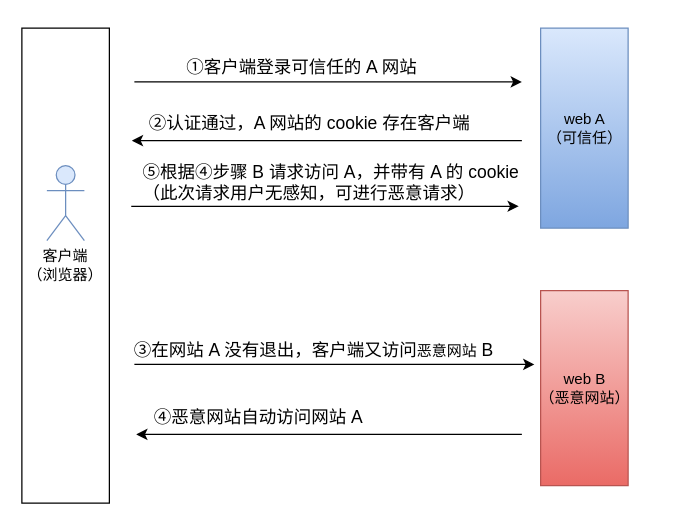
The draw.io diagram web 安全.drawio in gauseen/images-bed, before the edit. Source tidied: cells renumbered, new cells numbered last; positions are measured from the earlier drawing's top-left corner, leaving out a move shared by most shapes. Both pictures are drawn from the tidied source at 125%, with x=0, y=0 at pixel (21, 28).
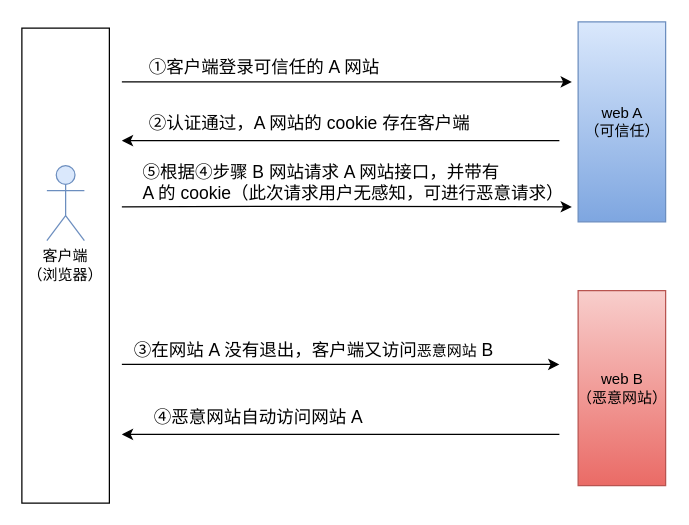
The same page after the edit.

Change to the diagram source:
```diff
@@
     <mxCell id="4" value="web A&lt;br&gt;（可信任）" style="html=1;fillColor=#dae8fc;strokeColor=#6c8ebf;gradientColor=#7ea6e0;" parent="1" vertex="1">
-      <mxGeometry x="415" width="70" height="160" as="geometry" />
+      <mxGeometry x="445" y="-5" width="70" height="160" as="geometry" />
     </mxCell>
     <mxCell id="5" style="endArrow=classic;html=1;" parent="1" edge="1">
       <mxGeometry relative="1" as="geometry">
-        <mxPoint x="90" y="43" as="sourcePoint" />
-        <mxPoint x="400" y="43" as="targetPoint" />
+        <mxPoint x="80" y="43" as="sourcePoint" />
+        <mxPoint x="440" y="43" as="targetPoint" />
         <Array as="points">
           <mxPoint x="220" y="43" />
         </Array>
       </mxGeometry>
     </mxCell>
     <mxCell id="6" value="web B&lt;br&gt;（恶意网站）" style="html=1;fillColor=#f8cecc;strokeColor=#b85450;gradientColor=#ea6b66;" parent="1" vertex="1">
-      <mxGeometry x="415" y="210" width="70" height="156" as="geometry" />
+      <mxGeometry x="445" y="210" width="70" height="156" as="geometry" />
     </mxCell>
     <mxCell id="7" value="&lt;font style=&quot;font-size: 14px&quot;&gt;①客户端登录可信任的 A 网站&lt;/font&gt;" style="text;html=1;align=left;verticalAlign=top;spacingTop=-4;" parent="1" vertex="1">
-      <mxGeometry x="130" y="20" width="200" height="20" as="geometry" />
+      <mxGeometry x="100" y="20" width="200" height="20" as="geometry" />
     </mxCell>
@@
     <mxCell id="9" style="endArrow=classic;html=1;" parent="1" edge="1">
       <mxGeometry relative="1" as="geometry">
-        <mxPoint x="90" y="269" as="sourcePoint" />
-        <mxPoint x="410" y="269" as="targetPoint" />
+        <mxPoint x="80" y="269" as="sourcePoint" />
+        <mxPoint x="430" y="269" as="targetPoint" />
         <Array as="points">
           <mxPoint x="220" y="269" />
         </Array>
       </mxGeometry>
     </mxCell>
@@
     <mxCell id="11" style="endArrow=classic;html=1;" parent="1" edge="1">
       <mxGeometry relative="1" as="geometry">
-        <mxPoint x="400" y="90" as="sourcePoint" />
-        <mxPoint x="88" y="90" as="targetPoint" />
+        <mxPoint x="430" y="90" as="sourcePoint" />
+        <mxPoint x="80" y="90" as="targetPoint" />
         <Array as="points">
           <mxPoint x="208" y="90" />
         </Array>
       </mxGeometry>
     </mxCell>
@@
     <mxCell id="13" style="endArrow=classic;html=1;" parent="1" edge="1">
       <mxGeometry relative="1" as="geometry">
-        <mxPoint x="400" y="325" as="sourcePoint" />
-        <mxPoint x="91.5" y="325" as="targetPoint" />
+        <mxPoint x="430" y="325" as="sourcePoint" />
+        <mxPoint x="80" y="325" as="targetPoint" />
         <Array as="points">
           <mxPoint x="211.5" y="325" />
         </Array>
       </mxGeometry>
     </mxCell>
-    <mxCell id="14" value="&lt;span style=&quot;font-size: 14px&quot;&gt;⑤根据④步骤 B 请求访问 A，并带有 A 的 cookie&lt;br&gt;（此次请求用户无感知，可进行恶意请求）&lt;br&gt;&lt;/span&gt;" style="text;html=1;align=left;verticalAlign=top;spacingTop=-4;" parent="1" vertex="1">
-      <mxGeometry x="95" y="104" width="320" height="30" as="geometry" />
+    <mxCell id="14" value="&lt;span style=&quot;font-size: 14px&quot;&gt;⑤根据④步骤 B 网站请求 A 网站接口，并带有&lt;br&gt;A 的 cookie（此次请求用户无感知，可进行恶意请求）&lt;br&gt;&lt;/span&gt;" style="text;html=1;align=left;verticalAlign=top;spacingTop=-4;" parent="1" vertex="1">
+      <mxGeometry x="95" y="104" width="350" height="30" as="geometry" />
     </mxCell>
     <mxCell id="15" style="endArrow=classic;html=1;" parent="1" edge="1">
       <mxGeometry relative="1" as="geometry">
-        <mxPoint x="87.5" y="142.5" as="sourcePoint" />
-        <mxPoint x="397.5" y="142.5" as="targetPoint" />
+        <mxPoint x="80" y="143" as="sourcePoint" />
+        <mxPoint x="440" y="143" as="targetPoint" />
         <Array as="points">
           <mxPoint x="217.5" y="142.5" />
         </Array>
       </mxGeometry>
     </mxCell>
```
